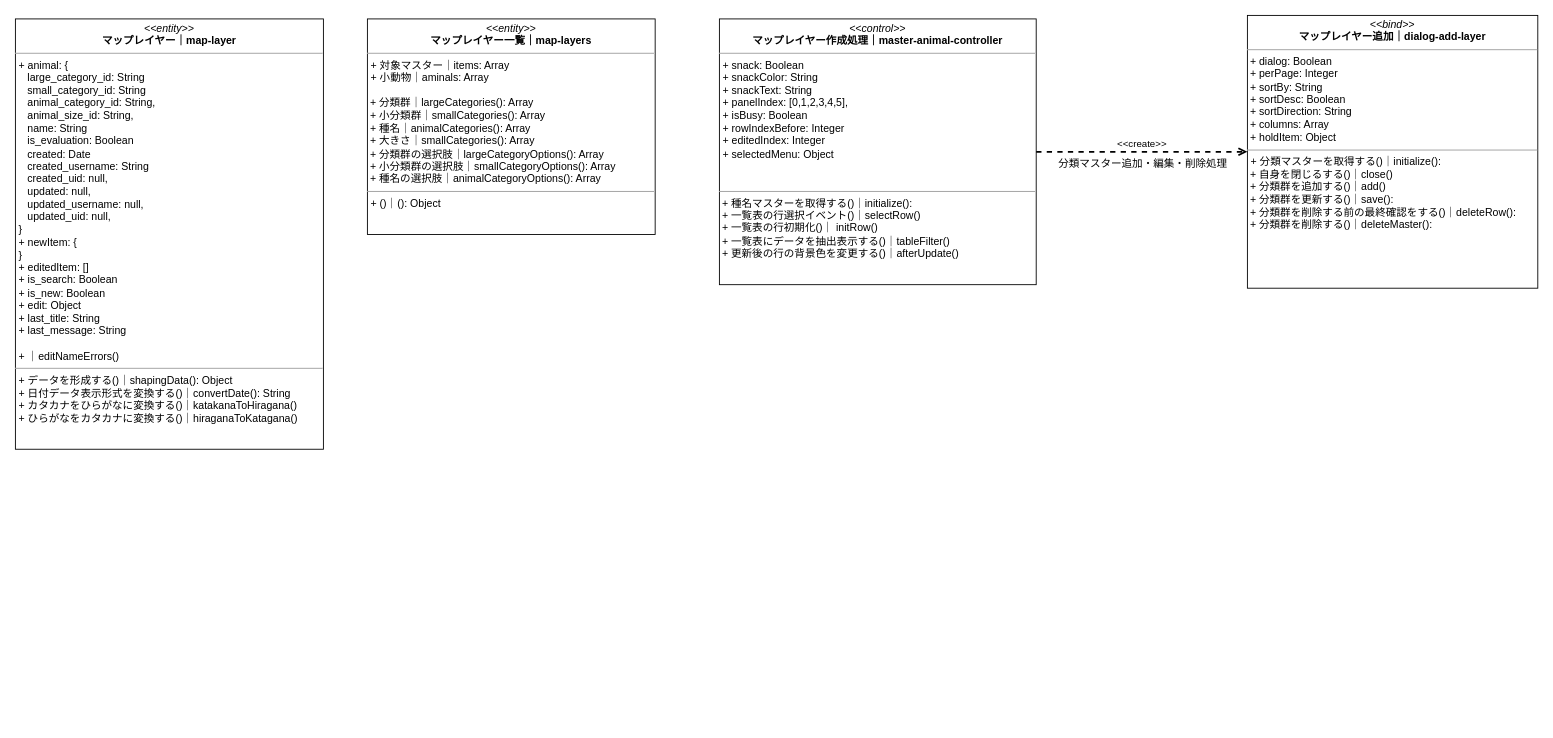
This is iriomote-anymaps.drawio from kaoru387/draw.io, a draw.io file, before an edit. Source tidied: cells renumbered, new cells numbered last; positions are measured from the earlier drawing's top-left corner, leaving out a move shared by most shapes. Both pictures are drawn from the tidied source at 88%, with x=0, y=0 at pixel (15, 15).
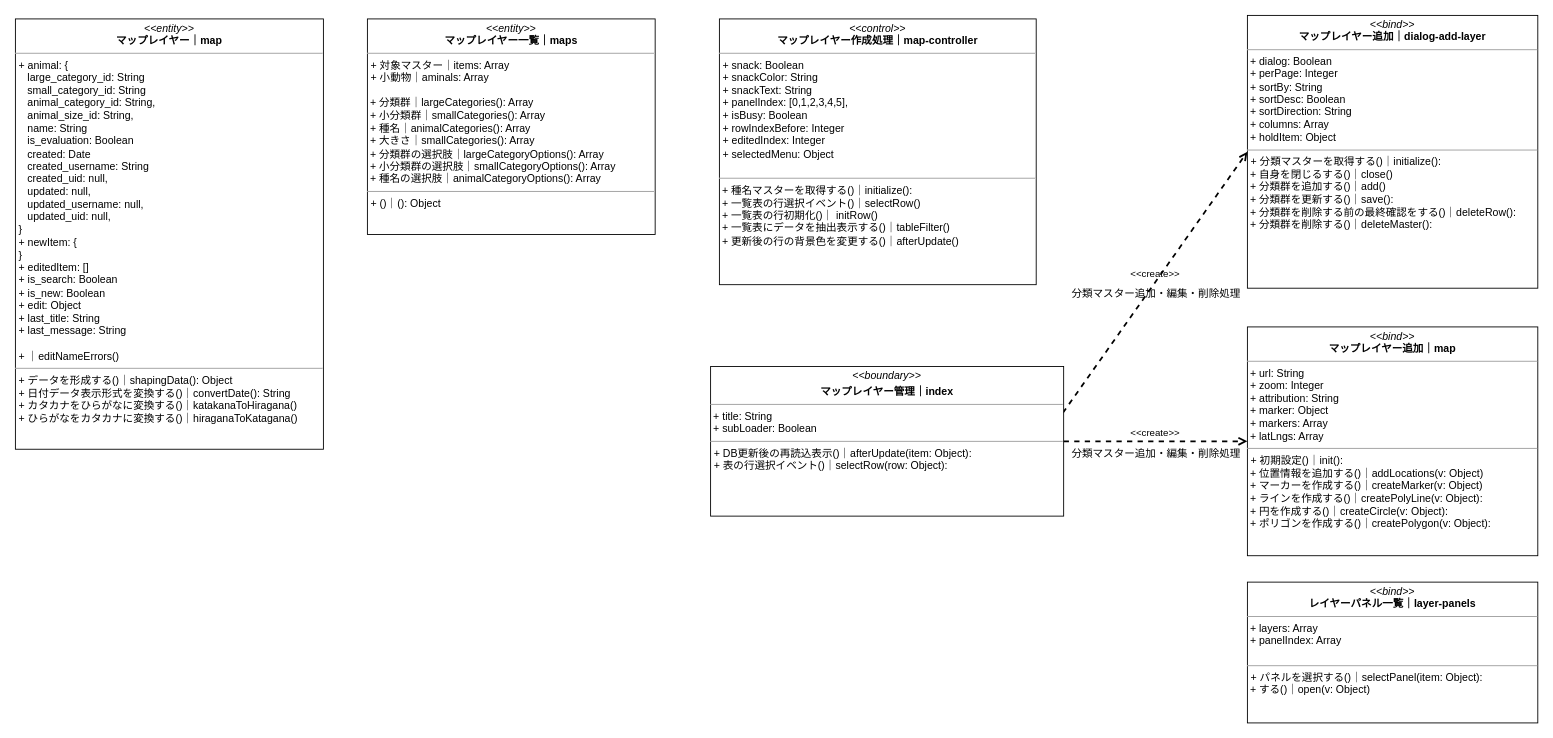
The same diagram, later.

Commit message (it also covers changes not shown here):
iriomote-anymaps.drawio を更新します

What changed in the source:
```diff
@@
 <mxGraphModel>
   <root>
     <mxCell id="0" />
     <mxCell id="1" parent="0" />
-    <mxCell id="2" value="&lt;p style=&quot;margin:0px;margin-top:4px;text-align:center;&quot;&gt;&lt;i&gt;&amp;lt;&amp;lt;control&amp;gt;&amp;gt;&lt;/i&gt;&lt;br&gt;&lt;b&gt;マップレイヤー作成処理｜master-animal-controller&lt;/b&gt;&lt;/p&gt;&lt;hr size=&quot;1&quot;&gt;&lt;p style=&quot;margin:0px;margin-left:4px;&quot;&gt;+&amp;nbsp;&lt;span style=&quot;background-color: initial;&quot;&gt;snack: Boolean&lt;/span&gt;&lt;/p&gt;&lt;p style=&quot;margin:0px;margin-left:4px;&quot;&gt;+ snackColor: String&lt;/p&gt;&lt;p style=&quot;margin:0px;margin-left:4px;&quot;&gt;+ snackText: String&lt;/p&gt;&lt;p style=&quot;margin:0px;margin-left:4px;&quot;&gt;+ panelIndex: [0,1,2,3,4,5],&lt;/p&gt;&lt;p style=&quot;margin:0px;margin-left:4px;&quot;&gt;+ isBusy: Boolean&lt;/p&gt;&lt;p style=&quot;margin:0px;margin-left:4px;&quot;&gt;+ rowIndexBefore: Integer&lt;/p&gt;&lt;p style=&quot;margin:0px;margin-left:4px;&quot;&gt;+ editedIndex: Integer&lt;/p&gt;&lt;p style=&quot;margin:0px;margin-left:4px;&quot;&gt;+ selectedMenu: Object&lt;/p&gt;&lt;br&gt;&lt;div&gt;&lt;/div&gt;&lt;br&gt;&lt;hr size=&quot;1&quot;&gt;&lt;p style=&quot;margin:0px;margin-left:4px;&quot;&gt;&lt;/p&gt;&amp;nbsp;+ 種名マスターを取得する()｜initialize():&amp;nbsp;&lt;br&gt;&amp;nbsp;&lt;span style=&quot;background-color: initial;&quot;&gt;+&amp;nbsp;&lt;/span&gt;一覧表の行選択イベント()｜&lt;span style=&quot;background-color: initial;&quot;&gt;selectRow()&lt;/span&gt;&lt;br&gt;&amp;nbsp;+ 一覧表の行初期化()｜&lt;span style=&quot;background-color: initial;&quot;&gt;&amp;nbsp;initRow()&lt;br&gt;&lt;/span&gt;&amp;nbsp;+ 一覧表にデータを抽出表示する()｜&lt;span style=&quot;background-color: initial;&quot;&gt;tableFilter()&lt;br&gt;&lt;/span&gt;&amp;nbsp;+ 更新後の行の背景色を変更する()｜&lt;span style=&quot;background-color: initial;&quot;&gt;afterUpdate()&lt;br&gt;&lt;/span&gt;" style="verticalAlign=top;align=left;overflow=fill;fontSize=12;fontFamily=Helvetica;html=1;" parent="1" vertex="1">
+    <mxCell id="2" value="&lt;p style=&quot;margin:0px;margin-top:4px;text-align:center;&quot;&gt;&lt;i&gt;&amp;lt;&amp;lt;control&amp;gt;&amp;gt;&lt;/i&gt;&lt;br&gt;&lt;b&gt;マップレイヤー作成処理｜map-controller&lt;/b&gt;&lt;/p&gt;&lt;hr size=&quot;1&quot;&gt;&lt;p style=&quot;margin:0px;margin-left:4px;&quot;&gt;+&amp;nbsp;&lt;span style=&quot;background-color: initial;&quot;&gt;snack: Boolean&lt;/span&gt;&lt;/p&gt;&lt;p style=&quot;margin:0px;margin-left:4px;&quot;&gt;+ snackColor: String&lt;/p&gt;&lt;p style=&quot;margin:0px;margin-left:4px;&quot;&gt;+ snackText: String&lt;/p&gt;&lt;p style=&quot;margin:0px;margin-left:4px;&quot;&gt;+ panelIndex: [0,1,2,3,4,5],&lt;/p&gt;&lt;p style=&quot;margin:0px;margin-left:4px;&quot;&gt;+ isBusy: Boolean&lt;/p&gt;&lt;p style=&quot;margin:0px;margin-left:4px;&quot;&gt;+ rowIndexBefore: Integer&lt;/p&gt;&lt;p style=&quot;margin:0px;margin-left:4px;&quot;&gt;+ editedIndex: Integer&lt;/p&gt;&lt;p style=&quot;margin:0px;margin-left:4px;&quot;&gt;+ selectedMenu: Object&lt;/p&gt;&lt;br&gt;&lt;div&gt;&lt;/div&gt;&lt;hr size=&quot;1&quot;&gt;&lt;p style=&quot;margin:0px;margin-left:4px;&quot;&gt;&lt;/p&gt;&amp;nbsp;+ 種名マスターを取得する()｜initialize():&amp;nbsp;&lt;br&gt;&amp;nbsp;&lt;span style=&quot;background-color: initial;&quot;&gt;+&amp;nbsp;&lt;/span&gt;一覧表の行選択イベント()｜&lt;span style=&quot;background-color: initial;&quot;&gt;selectRow()&lt;/span&gt;&lt;br&gt;&amp;nbsp;+ 一覧表の行初期化()｜&lt;span style=&quot;background-color: initial;&quot;&gt;&amp;nbsp;initRow()&lt;br&gt;&lt;/span&gt;&amp;nbsp;+ 一覧表にデータを抽出表示する()｜&lt;span style=&quot;background-color: initial;&quot;&gt;tableFilter()&lt;br&gt;&lt;/span&gt;&amp;nbsp;+ 更新後の行の背景色を変更する()｜&lt;span style=&quot;background-color: initial;&quot;&gt;afterUpdate()&lt;br&gt;&lt;/span&gt;" style="verticalAlign=top;align=left;overflow=fill;fontSize=12;fontFamily=Helvetica;html=1;" parent="1" vertex="1">
       <mxGeometry x="800" y="4" width="360" height="302" as="geometry" />
     </mxCell>
-    <mxCell id="3" value="&lt;p style=&quot;margin:0px;margin-top:4px;text-align:center;&quot;&gt;&lt;i&gt;&amp;lt;&amp;lt;entity&amp;gt;&amp;gt;&lt;/i&gt;&lt;br&gt;&lt;b&gt;マップレイヤー｜map-layer&lt;/b&gt;&lt;/p&gt;&lt;hr size=&quot;1&quot;&gt;&lt;p style=&quot;margin:0px;margin-left:4px;&quot;&gt;&lt;span style=&quot;background-color: initial;&quot;&gt;+ animal: {&amp;nbsp;&lt;/span&gt;&lt;/p&gt;&lt;p style=&quot;margin:0px;margin-left:4px;&quot;&gt;&amp;nbsp; &amp;nbsp;large_category_id: String&lt;/p&gt;&lt;p style=&quot;margin:0px;margin-left:4px;&quot;&gt;&amp;nbsp; &amp;nbsp;small_category_id: String&lt;/p&gt;&lt;p style=&quot;margin:0px;margin-left:4px;&quot;&gt;&amp;nbsp; &amp;nbsp;animal_category_id: String,&lt;/p&gt;&lt;p style=&quot;margin:0px;margin-left:4px;&quot;&gt;&amp;nbsp; &amp;nbsp;animal_size_id: String,&lt;/p&gt;&lt;p style=&quot;margin:0px;margin-left:4px;&quot;&gt;&amp;nbsp; &amp;nbsp;name: String&lt;/p&gt;&lt;p style=&quot;margin:0px;margin-left:4px;&quot;&gt;&lt;span style=&quot;background-color: initial;&quot;&gt;&amp;nbsp; &amp;nbsp;is_evaluation: Boolean&lt;/span&gt;&lt;br&gt;&lt;/p&gt;&lt;p style=&quot;margin:0px;margin-left:4px;&quot;&gt;&amp;nbsp; &amp;nbsp;created: Date&lt;/p&gt;&lt;p style=&quot;margin:0px;margin-left:4px;&quot;&gt;&amp;nbsp; &amp;nbsp;created_username: String&lt;/p&gt;&lt;p style=&quot;margin:0px;margin-left:4px;&quot;&gt;&amp;nbsp; &amp;nbsp;created_uid: null,&lt;/p&gt;&lt;p style=&quot;margin:0px;margin-left:4px;&quot;&gt;&amp;nbsp; &amp;nbsp;updated: null,&lt;/p&gt;&lt;p style=&quot;margin:0px;margin-left:4px;&quot;&gt;&amp;nbsp; &amp;nbsp;updated_username: null,&lt;/p&gt;&lt;p style=&quot;margin:0px;margin-left:4px;&quot;&gt;&amp;nbsp; &amp;nbsp;updated_uid: null,&lt;/p&gt;&lt;p style=&quot;margin:0px;margin-left:4px;&quot;&gt;}&lt;/p&gt;&lt;p style=&quot;margin: 0px 0px 0px 4px;&quot;&gt;+&amp;nbsp;newItem: {&lt;/p&gt;&lt;p style=&quot;margin: 0px 0px 0px 4px;&quot;&gt;}&lt;/p&gt;&lt;p style=&quot;margin: 0px 0px 0px 4px;&quot;&gt;&lt;span style=&quot;background-color: initial;&quot;&gt;+ editedItem: []&lt;/span&gt;&lt;/p&gt;&lt;p style=&quot;margin: 0px 0px 0px 4px;&quot;&gt;+&amp;nbsp;is_search: Boolean&lt;/p&gt;&lt;p style=&quot;margin: 0px 0px 0px 4px;&quot;&gt;+&amp;nbsp;is_new: Boolean&lt;br&gt;&lt;/p&gt;&lt;p style=&quot;margin: 0px 0px 0px 4px;&quot;&gt;+&amp;nbsp;edit: Object&lt;br&gt;&lt;/p&gt;&lt;p style=&quot;margin: 0px 0px 0px 4px;&quot;&gt;+&amp;nbsp;last_title: String&lt;/p&gt;&lt;p style=&quot;margin: 0px 0px 0px 4px;&quot;&gt;+&amp;nbsp;last_message: String&lt;/p&gt;&lt;p style=&quot;margin: 0px 0px 0px 4px;&quot;&gt;&lt;br&gt;&lt;/p&gt;&lt;p style=&quot;margin: 0px 0px 0px 4px;&quot;&gt;+ ｜editNameErrors()&lt;/p&gt;&lt;hr size=&quot;1&quot;&gt;&lt;p style=&quot;margin:0px;margin-left:4px;&quot;&gt;+ データを形成する()｜shapingData(): Object&lt;br&gt;&lt;/p&gt;&lt;p style=&quot;margin:0px;margin-left:4px;&quot;&gt;+ 日付データ表示形式を変換する()｜convertDate(): String&lt;br&gt;&lt;/p&gt;&lt;p style=&quot;margin:0px;margin-left:4px;&quot;&gt;+ カタカナをひらがなに変換する()｜katakanaToHiragana()&lt;/p&gt;&lt;p style=&quot;margin:0px;margin-left:4px;&quot;&gt;+ ひらがなをカタカナ&lt;span style=&quot;background-color: initial;&quot;&gt;に変換する()｜hiraganaToKatagana()&lt;/span&gt;&lt;/p&gt;" style="verticalAlign=top;align=left;overflow=fill;fontSize=12;fontFamily=Helvetica;html=1;" parent="1" vertex="1">
+    <mxCell id="3" value="&lt;p style=&quot;margin:0px;margin-top:4px;text-align:center;&quot;&gt;&lt;i&gt;&amp;lt;&amp;lt;entity&amp;gt;&amp;gt;&lt;/i&gt;&lt;br&gt;&lt;b&gt;マップレイヤー｜map&lt;/b&gt;&lt;/p&gt;&lt;hr size=&quot;1&quot;&gt;&lt;p style=&quot;margin:0px;margin-left:4px;&quot;&gt;&lt;span style=&quot;background-color: initial;&quot;&gt;+ animal: {&amp;nbsp;&lt;/span&gt;&lt;/p&gt;&lt;p style=&quot;margin:0px;margin-left:4px;&quot;&gt;&amp;nbsp; &amp;nbsp;large_category_id: String&lt;/p&gt;&lt;p style=&quot;margin:0px;margin-left:4px;&quot;&gt;&amp;nbsp; &amp;nbsp;small_category_id: String&lt;/p&gt;&lt;p style=&quot;margin:0px;margin-left:4px;&quot;&gt;&amp;nbsp; &amp;nbsp;animal_category_id: String,&lt;/p&gt;&lt;p style=&quot;margin:0px;margin-left:4px;&quot;&gt;&amp;nbsp; &amp;nbsp;animal_size_id: String,&lt;/p&gt;&lt;p style=&quot;margin:0px;margin-left:4px;&quot;&gt;&amp;nbsp; &amp;nbsp;name: String&lt;/p&gt;&lt;p style=&quot;margin:0px;margin-left:4px;&quot;&gt;&lt;span style=&quot;background-color: initial;&quot;&gt;&amp;nbsp; &amp;nbsp;is_evaluation: Boolean&lt;/span&gt;&lt;br&gt;&lt;/p&gt;&lt;p style=&quot;margin:0px;margin-left:4px;&quot;&gt;&amp;nbsp; &amp;nbsp;created: Date&lt;/p&gt;&lt;p style=&quot;margin:0px;margin-left:4px;&quot;&gt;&amp;nbsp; &amp;nbsp;created_username: String&lt;/p&gt;&lt;p style=&quot;margin:0px;margin-left:4px;&quot;&gt;&amp;nbsp; &amp;nbsp;created_uid: null,&lt;/p&gt;&lt;p style=&quot;margin:0px;margin-left:4px;&quot;&gt;&amp;nbsp; &amp;nbsp;updated: null,&lt;/p&gt;&lt;p style=&quot;margin:0px;margin-left:4px;&quot;&gt;&amp;nbsp; &amp;nbsp;updated_username: null,&lt;/p&gt;&lt;p style=&quot;margin:0px;margin-left:4px;&quot;&gt;&amp;nbsp; &amp;nbsp;updated_uid: null,&lt;/p&gt;&lt;p style=&quot;margin:0px;margin-left:4px;&quot;&gt;}&lt;/p&gt;&lt;p style=&quot;margin: 0px 0px 0px 4px;&quot;&gt;+&amp;nbsp;newItem: {&lt;/p&gt;&lt;p style=&quot;margin: 0px 0px 0px 4px;&quot;&gt;}&lt;/p&gt;&lt;p style=&quot;margin: 0px 0px 0px 4px;&quot;&gt;&lt;span style=&quot;background-color: initial;&quot;&gt;+ editedItem: []&lt;/span&gt;&lt;/p&gt;&lt;p style=&quot;margin: 0px 0px 0px 4px;&quot;&gt;+&amp;nbsp;is_search: Boolean&lt;/p&gt;&lt;p style=&quot;margin: 0px 0px 0px 4px;&quot;&gt;+&amp;nbsp;is_new: Boolean&lt;br&gt;&lt;/p&gt;&lt;p style=&quot;margin: 0px 0px 0px 4px;&quot;&gt;+&amp;nbsp;edit: Object&lt;br&gt;&lt;/p&gt;&lt;p style=&quot;margin: 0px 0px 0px 4px;&quot;&gt;+&amp;nbsp;last_title: String&lt;/p&gt;&lt;p style=&quot;margin: 0px 0px 0px 4px;&quot;&gt;+&amp;nbsp;last_message: String&lt;/p&gt;&lt;p style=&quot;margin: 0px 0px 0px 4px;&quot;&gt;&lt;br&gt;&lt;/p&gt;&lt;p style=&quot;margin: 0px 0px 0px 4px;&quot;&gt;+ ｜editNameErrors()&lt;/p&gt;&lt;hr size=&quot;1&quot;&gt;&lt;p style=&quot;margin:0px;margin-left:4px;&quot;&gt;+ データを形成する()｜shapingData(): Object&lt;br&gt;&lt;/p&gt;&lt;p style=&quot;margin:0px;margin-left:4px;&quot;&gt;+ 日付データ表示形式を変換する()｜convertDate(): String&lt;br&gt;&lt;/p&gt;&lt;p style=&quot;margin:0px;margin-left:4px;&quot;&gt;+ カタカナをひらがなに変換する()｜katakanaToHiragana()&lt;/p&gt;&lt;p style=&quot;margin:0px;margin-left:4px;&quot;&gt;+ ひらがなをカタカナ&lt;span style=&quot;background-color: initial;&quot;&gt;に変換する()｜hiraganaToKatagana()&lt;/span&gt;&lt;/p&gt;" style="verticalAlign=top;align=left;overflow=fill;fontSize=12;fontFamily=Helvetica;html=1;" parent="1" vertex="1">
       <mxGeometry y="4" width="350" height="489" as="geometry" />
     </mxCell>
-    <mxCell id="4" value="&lt;p style=&quot;margin:0px;margin-top:4px;text-align:center;&quot;&gt;&lt;i&gt;&amp;lt;&amp;lt;entity&amp;gt;&amp;gt;&lt;/i&gt;&lt;br&gt;&lt;b&gt;マップレイヤー一覧｜&lt;/b&gt;&lt;b&gt;map-layer&lt;/b&gt;&lt;b&gt;s&lt;/b&gt;&lt;br&gt;&lt;/p&gt;&lt;hr size=&quot;1&quot;&gt;&lt;p style=&quot;margin:0px;margin-left:4px;&quot;&gt;+ 対象マスター｜items: Array&lt;/p&gt;&lt;p style=&quot;margin:0px;margin-left:4px;&quot;&gt;+ 小動物｜aminals: Array&lt;br&gt;&lt;/p&gt;&lt;p style=&quot;margin:0px;margin-left:4px;&quot;&gt;&lt;br&gt;&lt;/p&gt;&lt;div style=&quot;&quot;&gt;&lt;div&gt;&amp;nbsp;+ 分類群｜largeCategories(): Array&lt;/div&gt;&lt;div&gt;&amp;nbsp;+ 小分類群｜smallCategories(): Array&lt;/div&gt;&lt;div&gt;&amp;nbsp;+ 種名｜animalCategories(): Array&lt;br&gt;&lt;/div&gt;&lt;div&gt;&amp;nbsp;+ 大きさ｜smallCategories(): Array&lt;br&gt;&lt;/div&gt;&lt;div&gt;&amp;nbsp;+ 分類群の選択肢｜largeCategoryOptions(): Array&lt;/div&gt;&lt;div&gt;&amp;nbsp;+ 小分類群の選択肢｜smallCategoryOptions(): Array&lt;br&gt;&lt;/div&gt;&lt;div&gt;&amp;nbsp;+ 種名の選択肢｜animalCategoryOptions(): Array&lt;/div&gt;&lt;/div&gt;&lt;hr size=&quot;1&quot;&gt;&lt;p style=&quot;margin:0px;margin-left:4px;&quot;&gt;&lt;span style=&quot;background-color: initial;&quot;&gt;+ ()｜(): Object&lt;/span&gt;&lt;br&gt;&lt;/p&gt;&lt;p style=&quot;margin:0px;margin-left:4px;&quot;&gt;&lt;br&gt;&lt;/p&gt;" style="verticalAlign=top;align=left;overflow=fill;fontSize=12;fontFamily=Helvetica;html=1;fontColor=#000000;" parent="1" vertex="1">
+    <mxCell id="4" value="&lt;p style=&quot;margin:0px;margin-top:4px;text-align:center;&quot;&gt;&lt;i&gt;&amp;lt;&amp;lt;entity&amp;gt;&amp;gt;&lt;/i&gt;&lt;br&gt;&lt;b&gt;マップレイヤー一覧｜&lt;/b&gt;&lt;b&gt;map&lt;/b&gt;&lt;b&gt;s&lt;/b&gt;&lt;br&gt;&lt;/p&gt;&lt;hr size=&quot;1&quot;&gt;&lt;p style=&quot;margin:0px;margin-left:4px;&quot;&gt;+ 対象マスター｜items: Array&lt;/p&gt;&lt;p style=&quot;margin:0px;margin-left:4px;&quot;&gt;+ 小動物｜aminals: Array&lt;br&gt;&lt;/p&gt;&lt;p style=&quot;margin:0px;margin-left:4px;&quot;&gt;&lt;br&gt;&lt;/p&gt;&lt;div style=&quot;&quot;&gt;&lt;div&gt;&amp;nbsp;+ 分類群｜largeCategories(): Array&lt;/div&gt;&lt;div&gt;&amp;nbsp;+ 小分類群｜smallCategories(): Array&lt;/div&gt;&lt;div&gt;&amp;nbsp;+ 種名｜animalCategories(): Array&lt;br&gt;&lt;/div&gt;&lt;div&gt;&amp;nbsp;+ 大きさ｜smallCategories(): Array&lt;br&gt;&lt;/div&gt;&lt;div&gt;&amp;nbsp;+ 分類群の選択肢｜largeCategoryOptions(): Array&lt;/div&gt;&lt;div&gt;&amp;nbsp;+ 小分類群の選択肢｜smallCategoryOptions(): Array&lt;br&gt;&lt;/div&gt;&lt;div&gt;&amp;nbsp;+ 種名の選択肢｜animalCategoryOptions(): Array&lt;/div&gt;&lt;/div&gt;&lt;hr size=&quot;1&quot;&gt;&lt;p style=&quot;margin:0px;margin-left:4px;&quot;&gt;&lt;span style=&quot;background-color: initial;&quot;&gt;+ ()｜(): Object&lt;/span&gt;&lt;br&gt;&lt;/p&gt;&lt;p style=&quot;margin:0px;margin-left:4px;&quot;&gt;&lt;br&gt;&lt;/p&gt;" style="verticalAlign=top;align=left;overflow=fill;fontSize=12;fontFamily=Helvetica;html=1;fontColor=#000000;" parent="1" vertex="1">
       <mxGeometry x="400" y="4" width="327" height="245" as="geometry" />
     </mxCell>
     <mxCell id="5" value="&lt;p style=&quot;margin:0px;margin-top:4px;text-align:center;&quot;&gt;&lt;i&gt;&amp;lt;&amp;lt;bind&amp;gt;&amp;gt;&lt;/i&gt;&lt;br&gt;&lt;b&gt;マップレイヤー追加｜&lt;/b&gt;&lt;b style=&quot;background-color: initial;&quot;&gt;dialog-add-layer&lt;/b&gt;&lt;/p&gt;&lt;hr size=&quot;1&quot;&gt;&lt;div&gt;&lt;span style=&quot;background-color: initial;&quot;&gt;&amp;nbsp;+ dialog: Boolean&lt;/span&gt;&lt;/div&gt;&lt;div&gt;&amp;nbsp;+ perPage: Integer&lt;/div&gt;&amp;nbsp;+&amp;nbsp;&lt;span style=&quot;background-color: initial;&quot;&gt;sortBy: String&lt;/span&gt;&lt;br&gt;&amp;nbsp;+&amp;nbsp;&lt;span style=&quot;background-color: initial;&quot;&gt;sortDesc: Boolean&lt;/span&gt;&lt;br&gt;&amp;nbsp;+&amp;nbsp;&lt;span style=&quot;background-color: initial;&quot;&gt;sortDirection: String&lt;/span&gt;&lt;br&gt;&amp;nbsp;+&amp;nbsp;&lt;span style=&quot;background-color: initial;&quot;&gt;columns: Array&lt;/span&gt;&lt;span style=&quot;background-color: initial;&quot;&gt;&lt;br&gt;&lt;/span&gt;&amp;nbsp;+&amp;nbsp;&lt;span style=&quot;background-color: initial;&quot;&gt;holdItem: Object&lt;/span&gt;&lt;br&gt;&lt;hr size=&quot;1&quot;&gt;&lt;p style=&quot;margin:0px;margin-left:4px;&quot;&gt;+ 分類マスターを取得する()｜initialize():&amp;nbsp;&lt;/p&gt;&amp;nbsp;+ 自身を閉じるする()｜close()&lt;br&gt;&amp;nbsp;+ 分類群を追加する()｜add()&lt;br&gt;&amp;nbsp;+ 分類群を更新する()｜save():&amp;nbsp;&lt;br&gt;&amp;nbsp;+ 分類群を削除する前の最終確認をする()｜deleteRow():&amp;nbsp;&lt;br&gt;&amp;nbsp;+ 分類群を削除する()｜deleteMaster():&amp;nbsp;" style="verticalAlign=top;align=left;overflow=fill;fontSize=12;fontFamily=Helvetica;html=1;" parent="1" vertex="1">
       <mxGeometry x="1400" width="330" height="310" as="geometry" />
     </mxCell>
-    <mxCell id="6" value="&amp;lt;&amp;lt;create&amp;gt;&amp;gt;" style="endArrow=open;html=1;rounded=0;align=center;verticalAlign=bottom;dashed=1;endFill=0;labelBackgroundColor=none;fontColor=#000000;startSize=22;endSize=6;sourcePerimeterSpacing=0;targetPerimeterSpacing=0;strokeWidth=2;jumpSize=6;exitX=1;exitY=0.5;exitDx=0;exitDy=0;entryX=0;entryY=0.5;entryDx=0;entryDy=0;" parent="1" edge="1" source="2" target="5">
+    <mxCell id="6" value="&amp;lt;&amp;lt;create&amp;gt;&amp;gt;" style="endArrow=open;html=1;rounded=0;align=center;verticalAlign=bottom;dashed=1;endFill=0;labelBackgroundColor=none;fontColor=#000000;startSize=22;endSize=6;sourcePerimeterSpacing=0;targetPerimeterSpacing=0;strokeWidth=2;jumpSize=6;exitX=0.998;exitY=0.309;exitDx=0;exitDy=0;entryX=0;entryY=0.5;entryDx=0;entryDy=0;exitPerimeter=0;" parent="1" edge="1" source="9" target="5">
       <mxGeometry relative="1" as="geometry" />
     </mxCell>
     <mxCell id="7" value="分類マスター追加・編集・削除処理" style="html=1;align=center;verticalAlign=top;labelBackgroundColor=none;fontColor=#000000;" parent="6" vertex="1">
       <mxGeometry relative="1" as="geometry" />
     </mxCell>
+    <mxCell id="8" value="&lt;p style=&quot;margin:0px;margin-top:4px;text-align:center;&quot;&gt;&lt;i&gt;&amp;lt;&amp;lt;bind&amp;gt;&amp;gt;&lt;/i&gt;&lt;br&gt;&lt;b&gt;マップレイヤー追加｜&lt;/b&gt;&lt;b style=&quot;background-color: initial;&quot;&gt;map&lt;/b&gt;&lt;/p&gt;&lt;hr size=&quot;1&quot;&gt;&lt;div&gt;&lt;span style=&quot;background-color: initial;&quot;&gt;&amp;nbsp;+ url: String&lt;/span&gt;&lt;/div&gt;&lt;div&gt;&amp;nbsp;+ zoom: Integer&lt;/div&gt;&amp;nbsp;+&amp;nbsp;&lt;span style=&quot;background-color: initial;&quot;&gt;attribution: String&lt;/span&gt;&lt;br&gt;&amp;nbsp;+&amp;nbsp;&lt;span style=&quot;background-color: initial;&quot;&gt;marker: Object&lt;/span&gt;&lt;br&gt;&amp;nbsp;+&amp;nbsp;&lt;span style=&quot;background-color: initial;&quot;&gt;markers: Array&lt;/span&gt;&lt;br&gt;&amp;nbsp;+&amp;nbsp;&lt;span style=&quot;background-color: initial;&quot;&gt;latLngs: Array&lt;/span&gt;&lt;br&gt;&lt;hr size=&quot;1&quot;&gt;&lt;p style=&quot;margin:0px;margin-left:4px;&quot;&gt;+ 初期設定()｜init():&amp;nbsp;&lt;/p&gt;&amp;nbsp;+ 位置情報を追加する()｜addLocations(v: Object)&lt;br&gt;&amp;nbsp;+ マーカーを作成する()｜createMarker(v: Object)&lt;br&gt;&amp;nbsp;+ ラインを作成する()｜createPolyLine(v: Object):&amp;nbsp;&lt;br&gt;&amp;nbsp;+ 円を作成する()｜createCircle(v: Object):&amp;nbsp;&lt;br&gt;&amp;nbsp;+ ポリゴンを作成する()｜createPolygon(v: Object):&amp;nbsp;" style="verticalAlign=top;align=left;overflow=fill;fontSize=12;fontFamily=Helvetica;html=1;" parent="1" vertex="1">
+      <mxGeometry x="1400" y="354" width="330" height="260" as="geometry" />
+    </mxCell>
+    <mxCell id="9" value="&lt;p style=&quot;margin:0px;margin-top:4px;text-align:center;&quot;&gt;&lt;i&gt;&amp;lt;&amp;lt;boundary&amp;gt;&amp;gt;&lt;/i&gt;&lt;b&gt;&lt;br&gt;&lt;/b&gt;&lt;/p&gt;&lt;p style=&quot;margin:0px;margin-top:4px;text-align:center;&quot;&gt;&lt;b&gt;マップレイヤー管理｜index&lt;/b&gt;&lt;/p&gt;&lt;hr size=&quot;1&quot;&gt;&lt;div&gt;&amp;nbsp;+ title: String&lt;/div&gt;&lt;div&gt;&lt;span style=&quot;background-color: initial;&quot;&gt;&amp;nbsp;+ subLoader: Boolean&lt;/span&gt;&lt;/div&gt;&lt;hr size=&quot;1&quot;&gt;&lt;p style=&quot;margin:0px;margin-left:4px;&quot;&gt;+ DB更新後の再読込表示()｜afterUpdate(item: Object):&amp;nbsp;&lt;span style=&quot;background-color: initial;&quot;&gt;&lt;br&gt;&lt;/span&gt;&lt;/p&gt;&lt;p style=&quot;margin:0px;margin-left:4px;&quot;&gt;+ 表の行選択イベント()｜selectRow(row: Object):&amp;nbsp;&lt;br&gt;&lt;/p&gt;&lt;p style=&quot;margin:0px;margin-left:4px;&quot;&gt;&lt;/p&gt;" style="verticalAlign=top;align=left;overflow=fill;fontSize=12;fontFamily=Helvetica;html=1;" parent="1" vertex="1">
+      <mxGeometry x="790" y="399" width="401.2" height="170" as="geometry" />
+    </mxCell>
+    <mxCell id="10" value="&amp;lt;&amp;lt;create&amp;gt;&amp;gt;" style="endArrow=open;html=1;rounded=0;align=center;verticalAlign=bottom;dashed=1;endFill=0;labelBackgroundColor=none;fontColor=#000000;startSize=22;endSize=6;sourcePerimeterSpacing=0;targetPerimeterSpacing=0;strokeWidth=2;jumpSize=6;exitX=1;exitY=0.5;exitDx=0;exitDy=0;entryX=0;entryY=0.5;entryDx=0;entryDy=0;" parent="1" edge="1" source="9" target="8">
+      <mxGeometry relative="1" as="geometry" />
+    </mxCell>
+    <mxCell id="11" value="分類マスター追加・編集・削除処理" style="html=1;align=center;verticalAlign=top;labelBackgroundColor=none;fontColor=#000000;" parent="10" vertex="1">
+      <mxGeometry relative="1" as="geometry" />
+    </mxCell>
+    <mxCell id="12" value="&lt;p style=&quot;margin:0px;margin-top:4px;text-align:center;&quot;&gt;&lt;i&gt;&amp;lt;&amp;lt;bind&amp;gt;&amp;gt;&lt;/i&gt;&lt;br&gt;&lt;b&gt;レイヤーパネル一覧｜&lt;/b&gt;&lt;b style=&quot;background-color: initial;&quot;&gt;layer-panels&lt;/b&gt;&lt;/p&gt;&lt;hr size=&quot;1&quot;&gt;&lt;div&gt;&lt;span style=&quot;background-color: initial;&quot;&gt;&amp;nbsp;+ layers: Array&lt;/span&gt;&lt;/div&gt;&lt;div&gt;&amp;nbsp;+ panelIndex: Array&lt;/div&gt;&lt;br&gt;&lt;hr size=&quot;1&quot;&gt;&lt;p style=&quot;margin:0px;margin-left:4px;&quot;&gt;+ パネルを選択する()｜selectPanel(item: Object):&amp;nbsp;&lt;/p&gt;&amp;nbsp;+ する()｜open(v: Object)" style="verticalAlign=top;align=left;overflow=fill;fontSize=12;fontFamily=Helvetica;html=1;" parent="1" vertex="1">
+      <mxGeometry x="1400" y="644" width="330" height="160" as="geometry" />
+    </mxCell>
   </root>
 </mxGraphModel>
```
